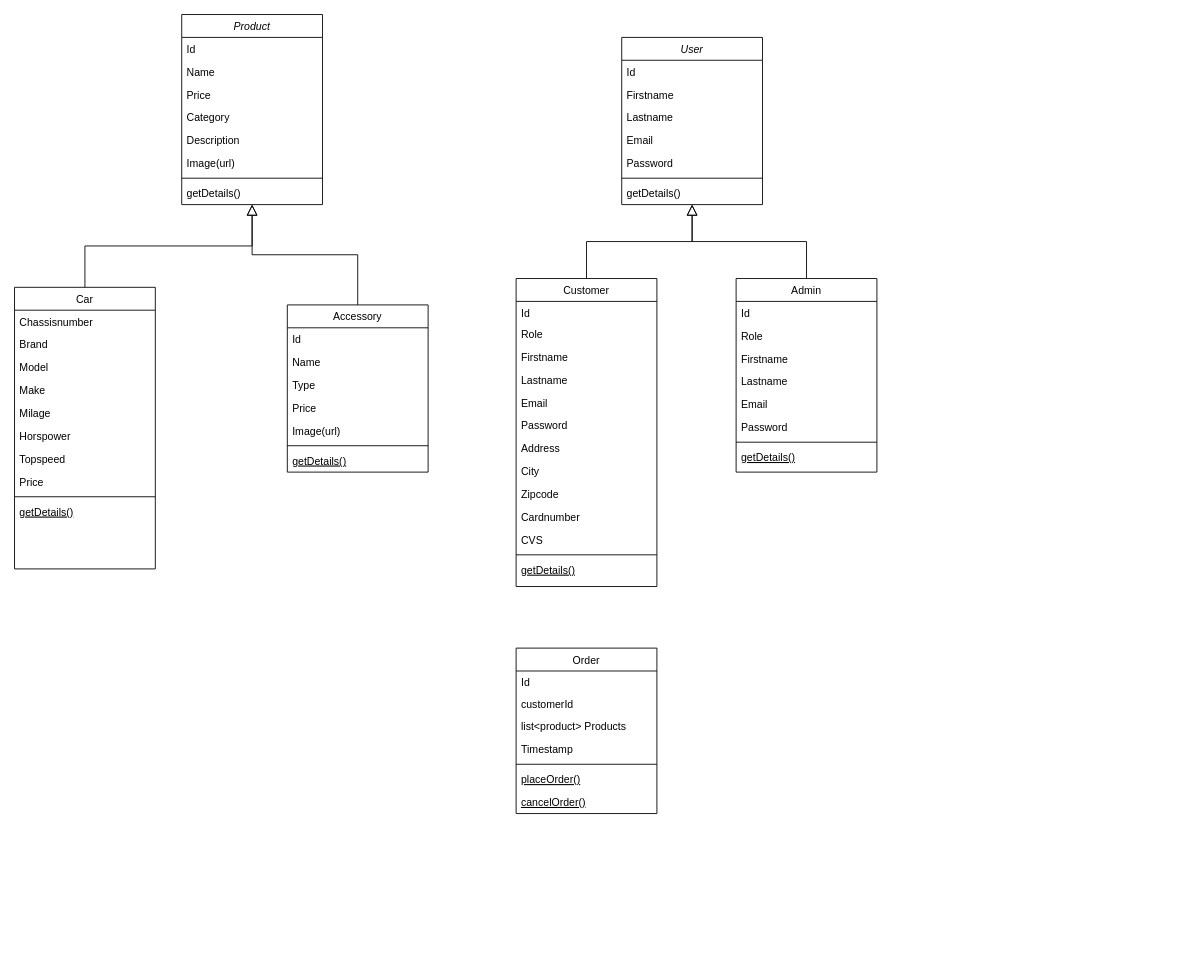
Above: Documentation/Design (visual)/Class diagram.drawio in Appohh/BMW_webshop (draw.io), before the change. Source tidied: cells renumbered, new cells numbered last; positions are measured from the earlier drawing's top-left corner, leaving out a move shared by most shapes. Both pictures are drawn from the tidied source at 88%, with x=0, y=0 at pixel (14, 14).
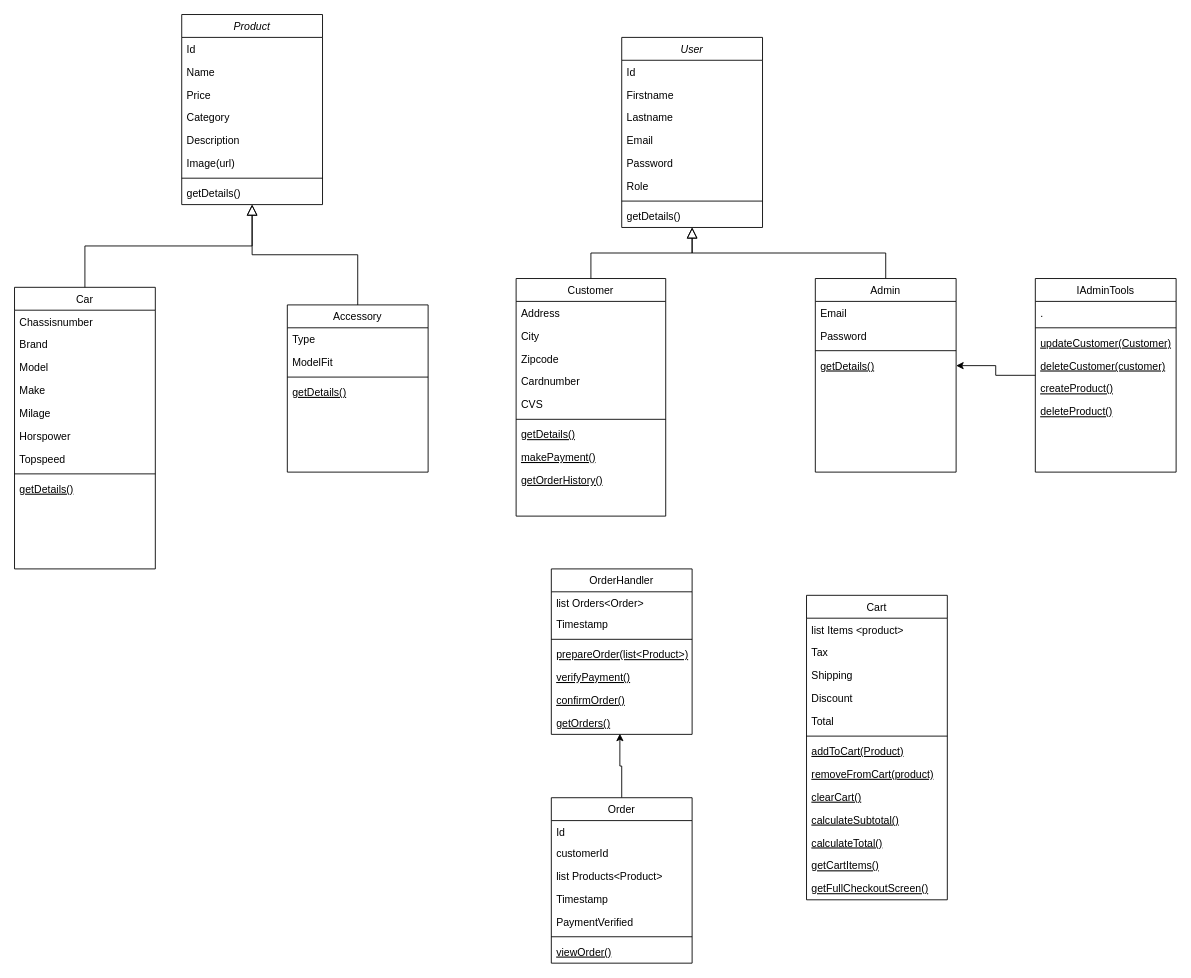
After the change.

The change refers to these unchanged cells:
```xml
<mxCell id="11" value="Car" style="swimlane;fontStyle=0;align=center;verticalAlign=top;horizontal=1;startSize=26;rounded=0;shadow=0;strokeWidth=1;" parent="1" vertex="1">
  <mxGeometry y="310" width="160" height="320" as="geometry" />
</mxCell>
<mxCell id="48" value="Accessory" style="swimlane;fontStyle=0;align=center;verticalAlign=top;horizontal=1;startSize=26;rounded=0;shadow=0;strokeWidth=1;" parent="1" vertex="1">
  <mxGeometry x="310" y="330" width="160" height="190" as="geometry" />
</mxCell>
```

Change to the diagram source:
```diff
@@
-    <mxCell id="19" value="Price" style="text;align=left;verticalAlign=top;spacingLeft=4;spacingRight=4;overflow=hidden;rounded=0;shadow=0;html=0;" parent="11" vertex="1">
-      <mxGeometry y="208" width="160" height="26" as="geometry" />
-    </mxCell>
     <mxCell id="20" style="line;html=1;strokeWidth=1;align=left;verticalAlign=middle;spacingTop=-1;spacingLeft=3;spacingRight=3;labelPosition=right;" parent="11" vertex="1">
-      <mxGeometry y="234" width="160" height="8" as="geometry" />
+      <mxGeometry y="208" width="160" height="8" as="geometry" />
     </mxCell>
     <mxCell id="21" value="getDetails()" style="text;align=left;verticalAlign=top;spacingLeft=4;spacingRight=4;overflow=hidden;fontStyle=4;" parent="11" vertex="1">
-      <mxGeometry y="242" width="160" height="26" as="geometry" />
+      <mxGeometry y="216" width="160" height="26" as="geometry" />
     </mxCell>
@@
     <mxCell id="24" value="User" style="swimlane;fontStyle=2;align=center;verticalAlign=top;horizontal=1;startSize=26;rounded=0;shadow=0;strokeWidth=1;" parent="1" vertex="1">
-      <mxGeometry x="690" y="26" width="160" height="190" as="geometry" />
+      <mxGeometry x="690" y="26" width="160" height="216" as="geometry" />
     </mxCell>
@@
+    <mxCell id="38" value="Password" style="text;align=left;verticalAlign=top;spacingLeft=4;spacingRight=4;overflow=hidden;rounded=0;shadow=0;html=0;" parent="24" vertex="1">
+      <mxGeometry y="130" width="160" height="26" as="geometry" />
+    </mxCell>
-    <mxCell id="29" value="Password" style="text;align=left;verticalAlign=top;spacingLeft=4;spacingRight=4;overflow=hidden;rounded=0;shadow=0;html=0;" parent="24" vertex="1">
-      <mxGeometry y="130" width="160" height="26" as="geometry" />
+    <mxCell id="29" value="Role" style="text;align=left;verticalAlign=top;spacingLeft=4;spacingRight=4;overflow=hidden;rounded=0;shadow=0;html=0;" parent="24" vertex="1">
+      <mxGeometry y="156" width="160" height="26" as="geometry" />
     </mxCell>
     <mxCell id="30" style="line;html=1;strokeWidth=1;align=left;verticalAlign=middle;spacingTop=-1;spacingLeft=3;spacingRight=3;labelPosition=right;" parent="24" vertex="1">
-      <mxGeometry y="156" width="160" height="8" as="geometry" />
+      <mxGeometry y="182" width="160" height="8" as="geometry" />
     </mxCell>
     <mxCell id="31" value="getDetails()" style="text;align=left;verticalAlign=top;spacingLeft=4;spacingRight=4;overflow=hidden;" parent="24" vertex="1">
-      <mxGeometry y="164" width="160" height="26" as="geometry" />
+      <mxGeometry y="190" width="160" height="26" as="geometry" />
     </mxCell>
     <mxCell id="32" value="Customer" style="swimlane;fontStyle=0;align=center;verticalAlign=top;horizontal=1;startSize=26;rounded=0;shadow=0;strokeWidth=1;" parent="1" vertex="1">
-      <mxGeometry x="570" y="300" width="160" height="350" as="geometry" />
+      <mxGeometry x="570" y="300" width="170" height="270" as="geometry" />
     </mxCell>
-    <mxCell id="33" value="Id" style="text;align=left;verticalAlign=top;spacingLeft=4;spacingRight=4;overflow=hidden;" parent="32" vertex="1">
-      <mxGeometry y="26" width="160" height="24" as="geometry" />
-    </mxCell>
-    <mxCell id="34" value="Role" style="text;align=left;verticalAlign=top;spacingLeft=4;spacingRight=4;overflow=hidden;rounded=0;shadow=0;html=0;" parent="32" vertex="1">
-      <mxGeometry y="50" width="160" height="26" as="geometry" />
-    </mxCell>
-    <mxCell id="35" value="Firstname" style="text;align=left;verticalAlign=top;spacingLeft=4;spacingRight=4;overflow=hidden;rounded=0;shadow=0;html=0;" parent="32" vertex="1">
-      <mxGeometry y="76" width="160" height="26" as="geometry" />
-    </mxCell>
-    <mxCell id="36" value="Lastname" style="text;align=left;verticalAlign=top;spacingLeft=4;spacingRight=4;overflow=hidden;rounded=0;shadow=0;html=0;" parent="32" vertex="1">
-      <mxGeometry y="102" width="160" height="26" as="geometry" />
-    </mxCell>
-    <mxCell id="37" value="Email" style="text;align=left;verticalAlign=top;spacingLeft=4;spacingRight=4;overflow=hidden;rounded=0;shadow=0;html=0;" parent="32" vertex="1">
-      <mxGeometry y="128" width="160" height="26" as="geometry" />
-    </mxCell>
-    <mxCell id="38" value="Password" style="text;align=left;verticalAlign=top;spacingLeft=4;spacingRight=4;overflow=hidden;rounded=0;shadow=0;html=0;" parent="32" vertex="1">
-      <mxGeometry y="154" width="160" height="26" as="geometry" />
-    </mxCell>
     <mxCell id="39" value="Address" style="text;align=left;verticalAlign=top;spacingLeft=4;spacingRight=4;overflow=hidden;rounded=0;shadow=0;html=0;" parent="32" vertex="1">
-      <mxGeometry y="180" width="160" height="26" as="geometry" />
+      <mxGeometry y="26" width="170" height="26" as="geometry" />
     </mxCell>
     <mxCell id="40" value="City" style="text;align=left;verticalAlign=top;spacingLeft=4;spacingRight=4;overflow=hidden;rounded=0;shadow=0;html=0;" parent="32" vertex="1">
-      <mxGeometry y="206" width="160" height="26" as="geometry" />
+      <mxGeometry y="52" width="170" height="26" as="geometry" />
     </mxCell>
     <mxCell id="41" value="Zipcode" style="text;align=left;verticalAlign=top;spacingLeft=4;spacingRight=4;overflow=hidden;rounded=0;shadow=0;html=0;" parent="32" vertex="1">
-      <mxGeometry y="232" width="160" height="26" as="geometry" />
+      <mxGeometry y="78" width="170" height="26" as="geometry" />
     </mxCell>
     <mxCell id="42" value="Cardnumber" style="text;align=left;verticalAlign=top;spacingLeft=4;spacingRight=4;overflow=hidden;rounded=0;shadow=0;html=0;" parent="32" vertex="1">
-      <mxGeometry y="258" width="160" height="26" as="geometry" />
+      <mxGeometry y="104" width="170" height="26" as="geometry" />
     </mxCell>
     <mxCell id="43" value="CVS" style="text;align=left;verticalAlign=top;spacingLeft=4;spacingRight=4;overflow=hidden;rounded=0;shadow=0;html=0;" parent="32" vertex="1">
-      <mxGeometry y="284" width="160" height="26" as="geometry" />
+      <mxGeometry y="130" width="170" height="26" as="geometry" />
     </mxCell>
     <mxCell id="44" style="line;html=1;strokeWidth=1;align=left;verticalAlign=middle;spacingTop=-1;spacingLeft=3;spacingRight=3;labelPosition=right;" parent="32" vertex="1">
-      <mxGeometry y="310" width="160" height="8" as="geometry" />
+      <mxGeometry y="156" width="170" height="8" as="geometry" />
     </mxCell>
     <mxCell id="45" value="getDetails()" style="text;align=left;verticalAlign=top;spacingLeft=4;spacingRight=4;overflow=hidden;fontStyle=4;" parent="32" vertex="1">
-      <mxGeometry y="318" width="160" height="26" as="geometry" />
+      <mxGeometry y="164" width="170" height="26" as="geometry" />
     </mxCell>
+    <mxCell id="73" value="makePayment()" style="text;align=left;verticalAlign=top;spacingLeft=4;spacingRight=4;overflow=hidden;fontStyle=4;" parent="32" vertex="1">
+      <mxGeometry y="190" width="170" height="26" as="geometry" />
+    </mxCell>
+    <mxCell id="74" value="getOrderHistory()" style="text;align=left;verticalAlign=top;spacingLeft=4;spacingRight=4;overflow=hidden;fontStyle=4;" parent="32" vertex="1">
+      <mxGeometry y="216" width="170" height="26" as="geometry" />
+    </mxCell>
@@
-    <mxCell id="49" value="Id" style="text;align=left;verticalAlign=top;spacingLeft=4;spacingRight=4;overflow=hidden;" parent="48" vertex="1">
-      <mxGeometry y="26" width="160" height="26" as="geometry" />
-    </mxCell>
-    <mxCell id="50" value="Name" style="text;align=left;verticalAlign=top;spacingLeft=4;spacingRight=4;overflow=hidden;" parent="48" vertex="1">
-      <mxGeometry y="52" width="160" height="26" as="geometry" />
-    </mxCell>
+    <mxCell id="75" value="Type" style="text;align=left;verticalAlign=top;spacingLeft=4;spacingRight=4;overflow=hidden;" parent="48" vertex="1">
+      <mxGeometry y="26" width="160" height="26" as="geometry" />
+    </mxCell>
-    <mxCell id="51" value="Type" style="text;align=left;verticalAlign=top;spacingLeft=4;spacingRight=4;overflow=hidden;" parent="48" vertex="1">
-      <mxGeometry y="78" width="160" height="26" as="geometry" />
+    <mxCell id="51" value="ModelFit" style="text;align=left;verticalAlign=top;spacingLeft=4;spacingRight=4;overflow=hidden;" parent="48" vertex="1">
+      <mxGeometry y="52" width="160" height="26" as="geometry" />
     </mxCell>
-    <mxCell id="52" value="Price" style="text;align=left;verticalAlign=top;spacingLeft=4;spacingRight=4;overflow=hidden;" parent="48" vertex="1">
-      <mxGeometry y="104" width="160" height="26" as="geometry" />
-    </mxCell>
-    <mxCell id="53" value="Image(url)" style="text;align=left;verticalAlign=top;spacingLeft=4;spacingRight=4;overflow=hidden;rounded=0;shadow=0;html=0;" parent="48" vertex="1">
-      <mxGeometry y="130" width="160" height="26" as="geometry" />
-    </mxCell>
     <mxCell id="54" style="line;html=1;strokeWidth=1;align=left;verticalAlign=middle;spacingTop=-1;spacingLeft=3;spacingRight=3;labelPosition=right;" parent="48" vertex="1">
-      <mxGeometry y="156" width="160" height="8" as="geometry" />
+      <mxGeometry y="78" width="160" height="8" as="geometry" />
     </mxCell>
     <mxCell id="55" value="getDetails()" style="text;align=left;verticalAlign=top;spacingLeft=4;spacingRight=4;overflow=hidden;fontStyle=4;" parent="48" vertex="1">
-      <mxGeometry y="164" width="160" height="26" as="geometry" />
+      <mxGeometry y="86" width="160" height="26" as="geometry" />
     </mxCell>
     <mxCell id="56" value="Admin" style="swimlane;fontStyle=0;align=center;verticalAlign=top;horizontal=1;startSize=26;rounded=0;shadow=0;strokeWidth=1;" parent="1" vertex="1">
-      <mxGeometry x="820" y="300" width="160" height="220" as="geometry" />
+      <mxGeometry x="910" y="300" width="160" height="220" as="geometry" />
     </mxCell>
-    <mxCell id="57" value="Id" style="text;align=left;verticalAlign=top;spacingLeft=4;spacingRight=4;overflow=hidden;" parent="56" vertex="1">
-      <mxGeometry y="26" width="160" height="26" as="geometry" />
-    </mxCell>
-    <mxCell id="58" value="Role" style="text;align=left;verticalAlign=top;spacingLeft=4;spacingRight=4;overflow=hidden;" parent="56" vertex="1">
-      <mxGeometry y="52" width="160" height="26" as="geometry" />
-    </mxCell>
-    <mxCell id="59" value="Firstname" style="text;align=left;verticalAlign=top;spacingLeft=4;spacingRight=4;overflow=hidden;" parent="56" vertex="1">
-      <mxGeometry y="78" width="160" height="26" as="geometry" />
-    </mxCell>
-    <mxCell id="60" value="Lastname" style="text;align=left;verticalAlign=top;spacingLeft=4;spacingRight=4;overflow=hidden;" parent="56" vertex="1">
-      <mxGeometry y="104" width="160" height="26" as="geometry" />
-    </mxCell>
     <mxCell id="61" value="Email" style="text;align=left;verticalAlign=top;spacingLeft=4;spacingRight=4;overflow=hidden;" parent="56" vertex="1">
-      <mxGeometry y="130" width="160" height="26" as="geometry" />
+      <mxGeometry y="26" width="160" height="26" as="geometry" />
     </mxCell>
     <mxCell id="62" value="Password" style="text;align=left;verticalAlign=top;spacingLeft=4;spacingRight=4;overflow=hidden;" parent="56" vertex="1">
-      <mxGeometry y="156" width="160" height="26" as="geometry" />
+      <mxGeometry y="52" width="160" height="26" as="geometry" />
     </mxCell>
     <mxCell id="63" style="line;html=1;strokeWidth=1;align=left;verticalAlign=middle;spacingTop=-1;spacingLeft=3;spacingRight=3;labelPosition=right;" parent="56" vertex="1">
-      <mxGeometry y="182" width="160" height="8" as="geometry" />
+      <mxGeometry y="78" width="160" height="8" as="geometry" />
     </mxCell>
     <mxCell id="64" value="getDetails()" style="text;align=left;verticalAlign=top;spacingLeft=4;spacingRight=4;overflow=hidden;points=[[0,0.5],[1,0.5]];portConstraint=eastwest;fontStyle=4;" parent="56" vertex="1">
-      <mxGeometry y="190" width="160" height="26" as="geometry" />
+      <mxGeometry y="86" width="160" height="26" as="geometry" />
     </mxCell>
+    <mxCell id="76" style="edgeStyle=orthogonalEdgeStyle;rounded=0;jettySize=auto;html=1;entryX=0.487;entryY=0.971;entryDx=0;entryDy=0;entryPerimeter=0;" parent="1" edge="1" source="65" target="99">
+      <mxGeometry relative="1" as="geometry" />
+    </mxCell>
     <mxCell id="65" value="Order" style="swimlane;fontStyle=0;align=center;verticalAlign=top;horizontal=1;startSize=26;rounded=0;shadow=0;strokeWidth=1;" parent="1" vertex="1">
-      <mxGeometry x="570" y="720" width="160" height="188" as="geometry" />
+      <mxGeometry x="610" y="890" width="160" height="188" as="geometry" />
     </mxCell>
@@
-    <mxCell id="68" value="list&lt;product&gt; Products" style="text;align=left;verticalAlign=top;spacingLeft=4;spacingRight=4;overflow=hidden;rounded=0;shadow=0;html=0;" parent="65" vertex="1">
+    <mxCell id="68" value="list Products&lt;Product&gt;" style="text;align=left;verticalAlign=top;spacingLeft=4;spacingRight=4;overflow=hidden;rounded=0;shadow=0;html=0;" parent="65" vertex="1">
       <mxGeometry y="76" width="160" height="26" as="geometry" />
     </mxCell>
@@
+    <mxCell id="77" value="PaymentVerified" style="text;align=left;verticalAlign=top;spacingLeft=4;spacingRight=4;overflow=hidden;rounded=0;shadow=0;html=0;" parent="65" vertex="1">
+      <mxGeometry y="128" width="160" height="26" as="geometry" />
+    </mxCell>
     <mxCell id="70" style="line;html=1;strokeWidth=1;align=left;verticalAlign=middle;spacingTop=-1;spacingLeft=3;spacingRight=3;labelPosition=right;" parent="65" vertex="1">
-      <mxGeometry y="128" width="160" height="8" as="geometry" />
+      <mxGeometry y="154" width="160" height="8" as="geometry" />
     </mxCell>
-    <mxCell id="71" value="placeOrder()" style="text;align=left;verticalAlign=top;spacingLeft=4;spacingRight=4;overflow=hidden;fontStyle=4;" parent="65" vertex="1">
-      <mxGeometry y="136" width="160" height="26" as="geometry" />
+    <mxCell id="71" value="viewOrder()" style="text;align=left;verticalAlign=top;spacingLeft=4;spacingRight=4;overflow=hidden;fontStyle=4;" parent="65" vertex="1">
+      <mxGeometry y="162" width="160" height="26" as="geometry" />
     </mxCell>
-    <mxCell id="72" value="cancelOrder()" style="text;align=left;verticalAlign=top;spacingLeft=4;spacingRight=4;overflow=hidden;fontStyle=4;" parent="65" vertex="1">
-      <mxGeometry y="162" width="160" height="26" as="geometry" />
-    </mxCell>
+    <mxCell id="78" value="Cart" style="swimlane;fontStyle=0;align=center;verticalAlign=top;horizontal=1;startSize=26;rounded=0;shadow=0;strokeWidth=1;" parent="1" vertex="1">
+      <mxGeometry x="900" y="660" width="160" height="346" as="geometry" />
+    </mxCell>
+    <mxCell id="79" value="list Items &lt;product&gt;" style="text;align=left;verticalAlign=top;spacingLeft=4;spacingRight=4;overflow=hidden;" parent="78" vertex="1">
+      <mxGeometry y="26" width="160" height="26" as="geometry" />
+    </mxCell>
+    <mxCell id="80" value="Tax" style="text;align=left;verticalAlign=top;spacingLeft=4;spacingRight=4;overflow=hidden;" parent="78" vertex="1">
+      <mxGeometry y="52" width="160" height="26" as="geometry" />
+    </mxCell>
+    <mxCell id="81" value="Shipping" style="text;align=left;verticalAlign=top;spacingLeft=4;spacingRight=4;overflow=hidden;" parent="78" vertex="1">
+      <mxGeometry y="78" width="160" height="26" as="geometry" />
+    </mxCell>
+    <mxCell id="82" value="Discount" style="text;align=left;verticalAlign=top;spacingLeft=4;spacingRight=4;overflow=hidden;" parent="78" vertex="1">
+      <mxGeometry y="104" width="160" height="26" as="geometry" />
+    </mxCell>
+    <mxCell id="83" value="Total" style="text;align=left;verticalAlign=top;spacingLeft=4;spacingRight=4;overflow=hidden;" parent="78" vertex="1">
+      <mxGeometry y="130" width="160" height="26" as="geometry" />
+    </mxCell>
+    <mxCell id="84" style="line;html=1;strokeWidth=1;align=left;verticalAlign=middle;spacingTop=-1;spacingLeft=3;spacingRight=3;labelPosition=right;" parent="78" vertex="1">
+      <mxGeometry y="156" width="160" height="8" as="geometry" />
+    </mxCell>
+    <mxCell id="85" value="addToCart(Product)" style="text;align=left;verticalAlign=top;spacingLeft=4;spacingRight=4;overflow=hidden;fontStyle=4;" parent="78" vertex="1">
+      <mxGeometry y="164" width="160" height="26" as="geometry" />
+    </mxCell>
+    <mxCell id="86" value="removeFromCart(product)" style="text;align=left;verticalAlign=top;spacingLeft=4;spacingRight=4;overflow=hidden;fontStyle=4;" parent="78" vertex="1">
+      <mxGeometry y="190" width="160" height="26" as="geometry" />
+    </mxCell>
+    <mxCell id="87" value="clearCart()" style="text;align=left;verticalAlign=top;spacingLeft=4;spacingRight=4;overflow=hidden;fontStyle=4;" parent="78" vertex="1">
+      <mxGeometry y="216" width="160" height="26" as="geometry" />
+    </mxCell>
+    <mxCell id="88" value="calculateSubtotal()" style="text;align=left;verticalAlign=top;spacingLeft=4;spacingRight=4;overflow=hidden;fontStyle=4;" parent="78" vertex="1">
+      <mxGeometry y="242" width="160" height="26" as="geometry" />
+    </mxCell>
+    <mxCell id="89" value="calculateTotal()" style="text;align=left;verticalAlign=top;spacingLeft=4;spacingRight=4;overflow=hidden;fontStyle=4;" parent="78" vertex="1">
+      <mxGeometry y="268" width="160" height="26" as="geometry" />
+    </mxCell>
+    <mxCell id="90" value="getCartItems()" style="text;align=left;verticalAlign=top;spacingLeft=4;spacingRight=4;overflow=hidden;fontStyle=4;" parent="78" vertex="1">
+      <mxGeometry y="294" width="160" height="26" as="geometry" />
+    </mxCell>
+    <mxCell id="91" value="getFullCheckoutScreen()" style="text;align=left;verticalAlign=top;spacingLeft=4;spacingRight=4;overflow=hidden;fontStyle=4;" parent="78" vertex="1">
+      <mxGeometry y="320" width="160" height="26" as="geometry" />
+    </mxCell>
+    <mxCell id="92" value="OrderHandler" style="swimlane;fontStyle=0;align=center;verticalAlign=top;horizontal=1;startSize=26;rounded=0;shadow=0;strokeWidth=1;" parent="1" vertex="1">
+      <mxGeometry x="610" y="630" width="160" height="188" as="geometry" />
+    </mxCell>
+    <mxCell id="93" value="list Orders&lt;Order&gt;" style="text;align=left;verticalAlign=top;spacingLeft=4;spacingRight=4;overflow=hidden;" parent="92" vertex="1">
+      <mxGeometry y="26" width="160" height="24" as="geometry" />
+    </mxCell>
+    <mxCell id="94" value="Timestamp" style="text;align=left;verticalAlign=top;spacingLeft=4;spacingRight=4;overflow=hidden;rounded=0;shadow=0;html=0;" parent="92" vertex="1">
+      <mxGeometry y="50" width="160" height="26" as="geometry" />
+    </mxCell>
+    <mxCell id="95" style="line;html=1;strokeWidth=1;align=left;verticalAlign=middle;spacingTop=-1;spacingLeft=3;spacingRight=3;labelPosition=right;" parent="92" vertex="1">
+      <mxGeometry y="76" width="160" height="8" as="geometry" />
+    </mxCell>
+    <mxCell id="96" value="prepareOrder(list&lt;Product&gt;)" style="text;align=left;verticalAlign=top;spacingLeft=4;spacingRight=4;overflow=hidden;fontStyle=4;" parent="92" vertex="1">
+      <mxGeometry y="84" width="160" height="26" as="geometry" />
+    </mxCell>
+    <mxCell id="97" value="verifyPayment()" style="text;align=left;verticalAlign=top;spacingLeft=4;spacingRight=4;overflow=hidden;fontStyle=4;" parent="92" vertex="1">
+      <mxGeometry y="110" width="160" height="26" as="geometry" />
+    </mxCell>
+    <mxCell id="98" value="confirmOrder()" style="text;align=left;verticalAlign=top;spacingLeft=4;spacingRight=4;overflow=hidden;fontStyle=4;" parent="92" vertex="1">
+      <mxGeometry y="136" width="160" height="26" as="geometry" />
+    </mxCell>
+    <mxCell id="99" value="getOrders()" style="text;align=left;verticalAlign=top;spacingLeft=4;spacingRight=4;overflow=hidden;points=[[0,0.5],[1,0.5]];portConstraint=eastwest;fontStyle=4;" parent="92" vertex="1">
+      <mxGeometry y="162" width="160" height="26" as="geometry" />
+    </mxCell>
+    <mxCell id="100" style="edgeStyle=orthogonalEdgeStyle;rounded=0;jettySize=auto;html=1;" parent="1" edge="1" source="101" target="64">
+      <mxGeometry relative="1" as="geometry" />
+    </mxCell>
+    <mxCell id="101" value="IAdminTools" style="swimlane;fontStyle=0;align=center;verticalAlign=top;horizontal=1;startSize=26;rounded=0;shadow=0;strokeWidth=1;" parent="1" vertex="1">
+      <mxGeometry x="1160" y="300" width="160" height="220" as="geometry" />
+    </mxCell>
+    <mxCell id="102" value="." style="text;align=left;verticalAlign=top;spacingLeft=4;spacingRight=4;overflow=hidden;" parent="101" vertex="1">
+      <mxGeometry y="26" width="160" height="26" as="geometry" />
+    </mxCell>
+    <mxCell id="103" style="line;html=1;strokeWidth=1;align=left;verticalAlign=middle;spacingTop=-1;spacingLeft=3;spacingRight=3;labelPosition=right;" parent="101" vertex="1">
+      <mxGeometry y="52" width="160" height="8" as="geometry" />
+    </mxCell>
+    <mxCell id="104" value="updateCustomer(Customer)" style="text;align=left;verticalAlign=top;spacingLeft=4;spacingRight=4;overflow=hidden;fontStyle=4;" parent="101" vertex="1">
+      <mxGeometry y="60" width="160" height="26" as="geometry" />
+    </mxCell>
+    <mxCell id="105" value="deleteCustomer(customer)" style="text;align=left;verticalAlign=top;spacingLeft=4;spacingRight=4;overflow=hidden;fontStyle=4;" parent="101" vertex="1">
+      <mxGeometry y="86" width="160" height="26" as="geometry" />
+    </mxCell>
+    <mxCell id="106" value="createProduct()" style="text;align=left;verticalAlign=top;spacingLeft=4;spacingRight=4;overflow=hidden;fontStyle=4;" parent="101" vertex="1">
+      <mxGeometry y="112" width="160" height="26" as="geometry" />
+    </mxCell>
+    <mxCell id="107" value="deleteProduct()" style="text;align=left;verticalAlign=top;spacingLeft=4;spacingRight=4;overflow=hidden;fontStyle=4;" parent="101" vertex="1">
+      <mxGeometry y="138" width="160" height="26" as="geometry" />
+    </mxCell>
```
